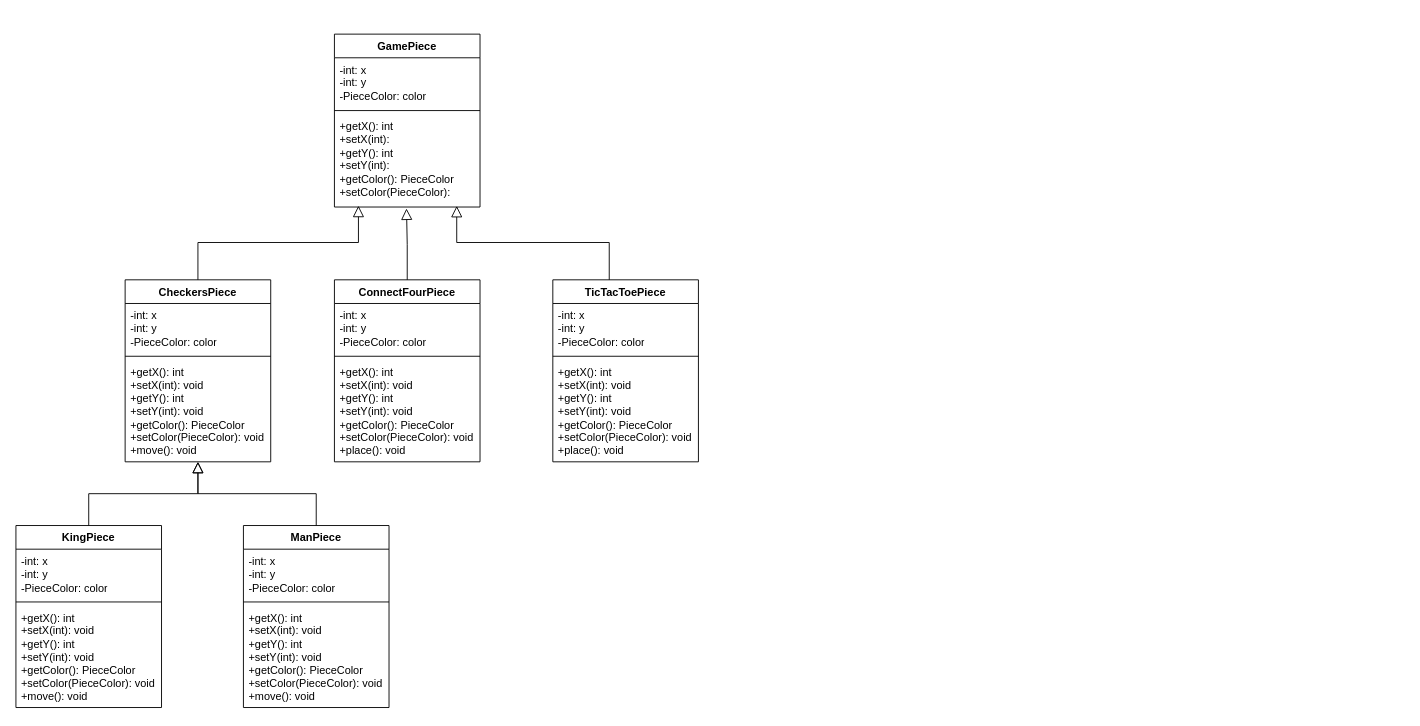
Before: Iteration_1/Backend/StructureDiagrams/Game_piece_structure_diagram.drawio in m-yoon02/Condensation, a draw.io diagram. Source tidied: cells renumbered, new cells numbered last; positions are measured from the earlier drawing's top-left corner, leaving out a move shared by most shapes. Both pictures are drawn from the tidied source at 91%, with x=0, y=0 at pixel (15, 34).
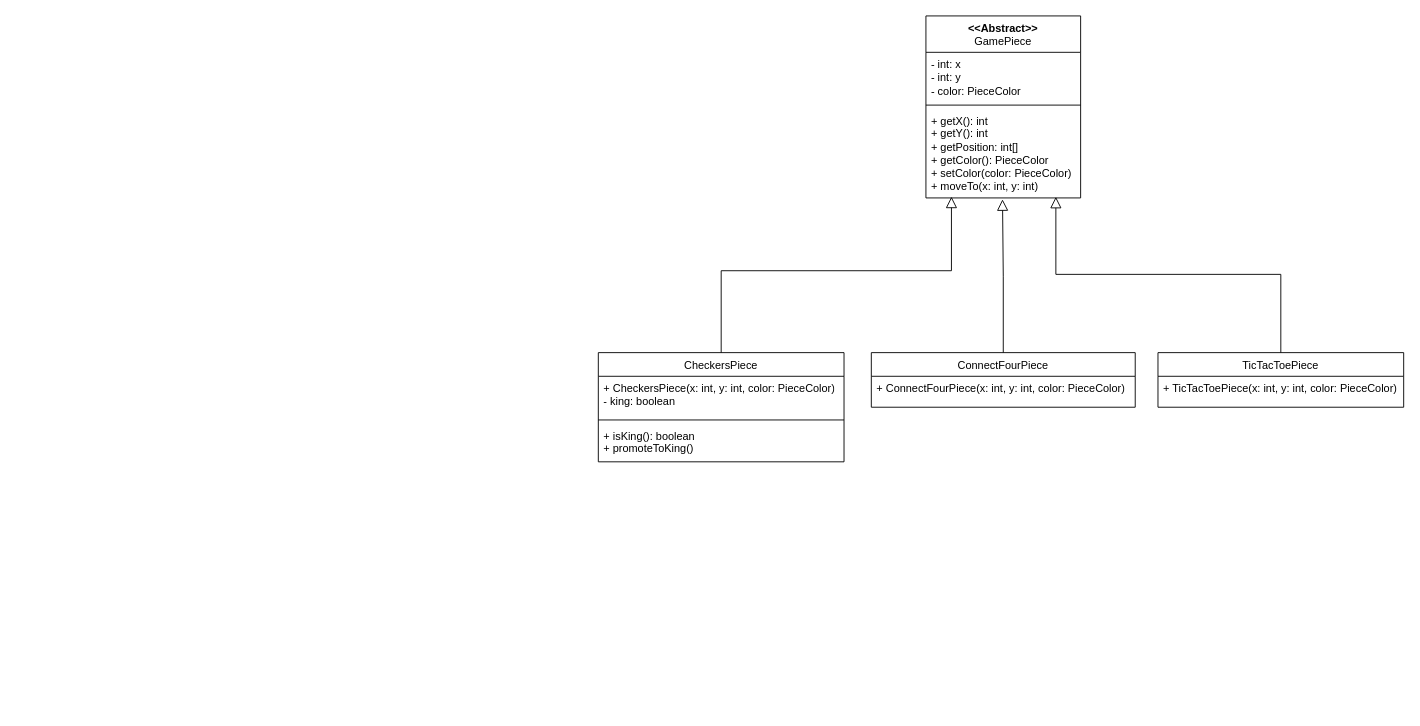
The same diagram, later.

Diff of the diagram source:
```diff
@@
-    <mxCell id="2" value="GamePiece" style="swimlane;fontStyle=1;align=center;verticalAlign=top;horizontal=1;startSize=26;whiteSpace=wrap;html=1;" parent="1" vertex="1">
-      <mxGeometry x="350" width="160" height="190" as="geometry" />
+    <mxCell id="2" value="&amp;lt;&amp;lt;Abstract&amp;gt;&amp;gt;&lt;br&gt;&lt;span style=&quot;font-weight: normal;&quot;&gt;GamePiece&lt;/span&gt;" style="swimlane;fontStyle=1;align=center;verticalAlign=top;horizontal=1;startSize=40;whiteSpace=wrap;html=1;" parent="1" vertex="1">
+      <mxGeometry x="1000" y="-20" width="170" height="200" as="geometry" />
     </mxCell>
-    <mxCell id="3" value="&lt;div&gt;-int: x&lt;/div&gt;&lt;div&gt;-int: y&lt;/div&gt;&lt;div&gt;-PieceColor: color&lt;/div&gt;" style="text;strokeColor=none;fillColor=none;align=left;verticalAlign=top;spacingLeft=4;spacingRight=4;overflow=hidden;whiteSpace=wrap;html=1;" parent="2" vertex="1">
-      <mxGeometry y="26" width="160" height="54" as="geometry" />
+    <mxCell id="3" value="&lt;div&gt;- int: x&lt;/div&gt;&lt;div&gt;- int: y&lt;/div&gt;&lt;div&gt;- color: PieceColor&lt;/div&gt;" style="text;strokeColor=none;fillColor=none;align=left;verticalAlign=top;spacingLeft=4;spacingRight=4;overflow=hidden;whiteSpace=wrap;html=1;" parent="2" vertex="1">
+      <mxGeometry y="40" width="170" height="54" as="geometry" />
     </mxCell>
     <mxCell id="4" style="line;strokeWidth=1;fillColor=none;align=left;verticalAlign=middle;spacingTop=-1;spacingLeft=3;spacingRight=3;labelPosition=right;strokeColor=inherit;" parent="2" vertex="1">
-      <mxGeometry y="80" width="160" height="8" as="geometry" />
+      <mxGeometry y="94" width="170" height="8" as="geometry" />
     </mxCell>
-    <mxCell id="5" value="&lt;span style=&quot;background-color: initial;&quot;&gt;+getX(): int&lt;/span&gt;&lt;div&gt;+setX(int):&lt;/div&gt;&lt;div&gt;+getY(): int&lt;/div&gt;&lt;div&gt;+setY(int):&lt;/div&gt;&lt;div&gt;+getColor(): PieceColor&lt;/div&gt;&lt;div&gt;+setColor(PieceColor):&lt;/div&gt;&lt;div&gt;&lt;br&gt;&lt;/div&gt;" style="text;strokeColor=none;fillColor=none;align=left;verticalAlign=top;spacingLeft=4;spacingRight=4;overflow=hidden;points=[[0,0.5],[1,0.5]];portConstraint=eastwest;whiteSpace=wrap;html=1;" parent="2" vertex="1">
-      <mxGeometry y="88" width="160" height="102" as="geometry" />
+    <mxCell id="5" value="&lt;span style=&quot;background-color: initial;&quot;&gt;+ getX(): int&lt;/span&gt;&lt;div&gt;&lt;span style=&quot;background-color: initial;&quot;&gt;+ getY(): int&lt;/span&gt;&lt;br&gt;&lt;/div&gt;&lt;div&gt;&lt;span style=&quot;background-color: initial;&quot;&gt;+ getPosition: int[]&lt;/span&gt;&lt;/div&gt;&lt;div&gt;&lt;span style=&quot;background-color: initial;&quot;&gt;+ getColor(): PieceColor&lt;/span&gt;&lt;br&gt;&lt;/div&gt;&lt;div&gt;+ setColor(color: PieceColor)&lt;/div&gt;&lt;div&gt;+ moveTo(x: int, y: int)&lt;/div&gt;&lt;div&gt;&lt;br&gt;&lt;/div&gt;" style="text;strokeColor=none;fillColor=none;align=left;verticalAlign=top;spacingLeft=4;spacingRight=4;overflow=hidden;points=[[0,0.5],[1,0.5]];portConstraint=eastwest;whiteSpace=wrap;html=1;" parent="2" vertex="1">
+      <mxGeometry y="102" width="170" height="98" as="geometry" />
     </mxCell>
-    <mxCell id="6" value="CheckersPiece" style="swimlane;fontStyle=1;align=center;verticalAlign=top;horizontal=1;startSize=26;whiteSpace=wrap;html=1;" parent="1" vertex="1">
-      <mxGeometry x="120" y="270" width="160" height="200" as="geometry" />
+    <mxCell id="6" value="&lt;span style=&quot;font-weight: normal;&quot;&gt;CheckersPiece&lt;/span&gt;" style="swimlane;fontStyle=1;align=center;verticalAlign=top;horizontal=1;startSize=26;whiteSpace=wrap;html=1;" parent="1" vertex="1">
+      <mxGeometry x="640" y="350" width="270" height="120" as="geometry" />
     </mxCell>
-    <mxCell id="7" value="&lt;div&gt;-int: x&lt;/div&gt;&lt;div&gt;-int: y&lt;/div&gt;&lt;div&gt;-PieceColor: color&lt;/div&gt;" style="text;strokeColor=none;fillColor=none;align=left;verticalAlign=top;spacingLeft=4;spacingRight=4;overflow=hidden;whiteSpace=wrap;html=1;" parent="6" vertex="1">
-      <mxGeometry y="26" width="160" height="54" as="geometry" />
+    <mxCell id="7" value="+ CheckersPiece(x: int, y: int, color: PieceColor)&lt;br&gt;- king: boolean" style="text;strokeColor=none;fillColor=none;align=left;verticalAlign=top;spacingLeft=4;spacingRight=4;overflow=hidden;whiteSpace=wrap;html=1;" parent="6" vertex="1">
+      <mxGeometry y="26" width="270" height="44" as="geometry" />
     </mxCell>
     <mxCell id="8" style="line;strokeWidth=1;fillColor=none;align=left;verticalAlign=middle;spacingTop=-1;spacingLeft=3;spacingRight=3;labelPosition=right;strokeColor=inherit;" parent="6" vertex="1">
-      <mxGeometry y="80" width="160" height="8" as="geometry" />
+      <mxGeometry y="70" width="270" height="8" as="geometry" />
     </mxCell>
-    <mxCell id="9" value="&lt;div&gt;&lt;div&gt;&lt;div&gt;&lt;div&gt;&lt;span style=&quot;background-color: initial;&quot;&gt;+getX(): int&lt;/span&gt;&lt;div&gt;+setX(int): void&lt;/div&gt;&lt;div&gt;+getY(): int&lt;/div&gt;&lt;div&gt;+setY(int): void&lt;/div&gt;&lt;div&gt;+getColor(): PieceColor&lt;/div&gt;&lt;div&gt;+setColor(PieceColor): void&lt;/div&gt;&lt;div&gt;+move(): void&lt;/div&gt;&lt;/div&gt;&lt;/div&gt;&lt;/div&gt;&lt;/div&gt;" style="text;strokeColor=none;fillColor=none;align=left;verticalAlign=top;spacingLeft=4;spacingRight=4;overflow=hidden;whiteSpace=wrap;html=1;" parent="6" vertex="1">
-      <mxGeometry y="88" width="160" height="112" as="geometry" />
+    <mxCell id="9" value="&lt;div&gt;&lt;div&gt;&lt;div&gt;&lt;div&gt;+ isKing(): boolean&lt;/div&gt;&lt;div&gt;+ promoteToKing()&lt;/div&gt;&lt;/div&gt;&lt;/div&gt;&lt;/div&gt;" style="text;strokeColor=none;fillColor=none;align=left;verticalAlign=top;spacingLeft=4;spacingRight=4;overflow=hidden;whiteSpace=wrap;html=1;" parent="6" vertex="1">
+      <mxGeometry y="78" width="270" height="42" as="geometry" />
     </mxCell>
-    <mxCell id="10" value="ConnectFourPiece" style="swimlane;fontStyle=1;align=center;verticalAlign=top;horizontal=1;startSize=26;whiteSpace=wrap;html=1;" parent="1" vertex="1">
-      <mxGeometry x="350" y="270" width="160" height="200" as="geometry" />
+    <mxCell id="10" value="&lt;span style=&quot;font-weight: normal;&quot;&gt;ConnectFourPiece&lt;/span&gt;" style="swimlane;fontStyle=1;align=center;verticalAlign=top;horizontal=1;startSize=26;whiteSpace=wrap;html=1;" parent="1" vertex="1">
+      <mxGeometry x="940" y="350" width="290" height="60" as="geometry" />
     </mxCell>
-    <mxCell id="11" value="&lt;div&gt;-int: x&lt;/div&gt;&lt;div&gt;-int: y&lt;/div&gt;&lt;div&gt;-PieceColor: color&lt;/div&gt;" style="text;strokeColor=none;fillColor=none;align=left;verticalAlign=top;spacingLeft=4;spacingRight=4;overflow=hidden;whiteSpace=wrap;html=1;" parent="10" vertex="1">
-      <mxGeometry y="26" width="160" height="54" as="geometry" />
-    </mxCell>
-    <mxCell id="12" style="line;strokeWidth=1;fillColor=none;align=left;verticalAlign=middle;spacingTop=-1;spacingLeft=3;spacingRight=3;labelPosition=right;strokeColor=inherit;" parent="10" vertex="1">
-      <mxGeometry y="80" width="160" height="8" as="geometry" />
-    </mxCell>
-    <mxCell id="13" value="&lt;span style=&quot;background-color: initial;&quot;&gt;+getX(): int&lt;/span&gt;&lt;div&gt;+setX(int): void&lt;/div&gt;&lt;div&gt;+getY(): int&lt;/div&gt;&lt;div&gt;+setY(int): void&lt;/div&gt;&lt;div&gt;+getColor(): PieceColor&lt;/div&gt;&lt;div&gt;+setColor(PieceColor): void&lt;/div&gt;&lt;div&gt;+place(): void&lt;/div&gt;" style="text;strokeColor=none;fillColor=none;align=left;verticalAlign=top;spacingLeft=4;spacingRight=4;overflow=hidden;whiteSpace=wrap;html=1;" parent="10" vertex="1">
-      <mxGeometry y="88" width="160" height="112" as="geometry" />
+    <mxCell id="13" value="+ ConnectFourPiece(x: int, y: int, color: PieceColor)" style="text;strokeColor=none;fillColor=none;align=left;verticalAlign=top;spacingLeft=4;spacingRight=4;overflow=hidden;whiteSpace=wrap;html=1;" parent="10" vertex="1">
+      <mxGeometry y="26" width="290" height="34" as="geometry" />
     </mxCell>
-    <mxCell id="14" value="TicTacToePiece" style="swimlane;fontStyle=1;align=center;verticalAlign=top;horizontal=1;startSize=26;whiteSpace=wrap;html=1;" parent="1" vertex="1">
-      <mxGeometry x="590" y="270" width="160" height="200" as="geometry" />
+    <mxCell id="14" value="&lt;span style=&quot;font-weight: normal;&quot;&gt;TicTacToePiece&lt;/span&gt;" style="swimlane;fontStyle=1;align=center;verticalAlign=top;horizontal=1;startSize=26;whiteSpace=wrap;html=1;" parent="1" vertex="1">
+      <mxGeometry x="1255" y="350" width="270" height="60" as="geometry" />
     </mxCell>
-    <mxCell id="15" value="&lt;div&gt;-int: x&lt;/div&gt;&lt;div&gt;-int: y&lt;/div&gt;&lt;div&gt;-PieceColor: color&lt;/div&gt;" style="text;strokeColor=none;fillColor=none;align=left;verticalAlign=top;spacingLeft=4;spacingRight=4;overflow=hidden;whiteSpace=wrap;html=1;" parent="14" vertex="1">
-      <mxGeometry y="26" width="160" height="54" as="geometry" />
-    </mxCell>
-    <mxCell id="16" style="line;strokeWidth=1;fillColor=none;align=left;verticalAlign=middle;spacingTop=-1;spacingLeft=3;spacingRight=3;labelPosition=right;strokeColor=inherit;" parent="14" vertex="1">
-      <mxGeometry y="80" width="160" height="8" as="geometry" />
-    </mxCell>
-    <mxCell id="17" value="&lt;div&gt;&lt;div&gt;&lt;div&gt;&lt;div&gt;&lt;span style=&quot;background-color: initial;&quot;&gt;+getX(): int&lt;/span&gt;&lt;div&gt;+setX(int): void&lt;/div&gt;&lt;div&gt;+getY(): int&lt;/div&gt;&lt;div&gt;+setY(int): void&lt;/div&gt;&lt;div&gt;+getColor(): PieceColor&lt;/div&gt;&lt;div&gt;+setColor(PieceColor): void&lt;/div&gt;&lt;div&gt;+place(): void&lt;/div&gt;&lt;/div&gt;&lt;/div&gt;&lt;/div&gt;&lt;/div&gt;" style="text;strokeColor=none;fillColor=none;align=left;verticalAlign=top;spacingLeft=4;spacingRight=4;overflow=hidden;whiteSpace=wrap;html=1;" parent="14" vertex="1">
-      <mxGeometry y="88" width="160" height="112" as="geometry" />
+    <mxCell id="17" value="+ TicTacToePiece(x: int, y: int, color: PieceColor)" style="text;strokeColor=none;fillColor=none;align=left;verticalAlign=top;spacingLeft=4;spacingRight=4;overflow=hidden;whiteSpace=wrap;html=1;" parent="14" vertex="1">
+      <mxGeometry y="26" width="270" height="34" as="geometry" />
     </mxCell>
@@
-    <mxCell id="19" style="endArrow=block;endSize=10;endFill=0;shadow=0;strokeWidth=1;rounded=0;curved=0;edgeStyle=elbowEdgeStyle;elbow=vertical;entryX=0.84;entryY=0.988;entryDx=0;entryDy=0;entryPerimeter=0;" parent="1" edge="1" target="5">
-      <mxGeometry relative="1" as="geometry">
-        <mxPoint x="652" y="270" as="sourcePoint" />
-      </mxGeometry>
+    <mxCell id="19" style="endArrow=block;endSize=10;endFill=0;shadow=0;strokeWidth=1;rounded=0;curved=0;edgeStyle=elbowEdgeStyle;elbow=vertical;entryX=0.84;entryY=0.988;entryDx=0;entryDy=0;entryPerimeter=0;exitX=0.5;exitY=0;exitDx=0;exitDy=0;" parent="1" edge="1" source="14" target="5">
+      <mxGeometry relative="1" as="geometry" />
     </mxCell>
     <mxCell id="20" style="endArrow=block;endSize=10;endFill=0;shadow=0;strokeWidth=1;rounded=0;curved=0;edgeStyle=elbowEdgeStyle;elbow=vertical;exitX=0.5;exitY=0;exitDx=0;exitDy=0;entryX=0.165;entryY=0.986;entryDx=0;entryDy=0;entryPerimeter=0;" parent="1" edge="1" source="6" target="5">
-      <mxGeometry relative="1" as="geometry" />
+      <mxGeometry relative="1" as="geometry">
+        <Array as="points">
+          <mxPoint x="900" y="260" />
+        </Array>
+      </mxGeometry>
     </mxCell>
-    <mxCell id="21" value="KingPiece" style="swimlane;fontStyle=1;align=center;verticalAlign=top;horizontal=1;startSize=26;whiteSpace=wrap;html=1;" parent="1" vertex="1">
-      <mxGeometry y="540" width="160" height="200" as="geometry" />
-    </mxCell>
-    <mxCell id="22" value="-int: x&lt;br&gt;&lt;div&gt;-int: y&lt;/div&gt;&lt;div&gt;-PieceColor: color&lt;/div&gt;" style="text;strokeColor=none;fillColor=none;align=left;verticalAlign=top;spacingLeft=4;spacingRight=4;overflow=hidden;whiteSpace=wrap;html=1;" parent="21" vertex="1">
-      <mxGeometry y="26" width="160" height="54" as="geometry" />
-    </mxCell>
-    <mxCell id="23" style="line;strokeWidth=1;fillColor=none;align=left;verticalAlign=middle;spacingTop=-1;spacingLeft=3;spacingRight=3;labelPosition=right;strokeColor=inherit;" parent="21" vertex="1">
-      <mxGeometry y="80" width="160" height="8" as="geometry" />
-    </mxCell>
-    <mxCell id="24" value="&lt;div&gt;&lt;div&gt;&lt;div&gt;&lt;div&gt;&lt;span style=&quot;background-color: initial;&quot;&gt;+getX(): int&lt;/span&gt;&lt;div&gt;+setX(int): void&lt;/div&gt;&lt;div&gt;+getY(): int&lt;/div&gt;&lt;div&gt;+setY(int): void&lt;/div&gt;&lt;div&gt;+getColor(): PieceColor&lt;/div&gt;&lt;div&gt;+setColor(PieceColor): void&lt;/div&gt;&lt;div&gt;+move(): void&lt;/div&gt;&lt;/div&gt;&lt;/div&gt;&lt;/div&gt;&lt;/div&gt;" style="text;strokeColor=none;fillColor=none;align=left;verticalAlign=top;spacingLeft=4;spacingRight=4;overflow=hidden;whiteSpace=wrap;html=1;" parent="21" vertex="1">
-      <mxGeometry y="88" width="160" height="112" as="geometry" />
-    </mxCell>
-    <mxCell id="25" value="ManPiece" style="swimlane;fontStyle=1;align=center;verticalAlign=top;horizontal=1;startSize=26;whiteSpace=wrap;html=1;" parent="1" vertex="1">
-      <mxGeometry x="250" y="540" width="160" height="200" as="geometry" />
-    </mxCell>
-    <mxCell id="26" value="-int: x&lt;br&gt;&lt;div&gt;-int: y&lt;/div&gt;&lt;div&gt;-PieceColor: color&lt;/div&gt;" style="text;strokeColor=none;fillColor=none;align=left;verticalAlign=top;spacingLeft=4;spacingRight=4;overflow=hidden;whiteSpace=wrap;html=1;" parent="25" vertex="1">
-      <mxGeometry y="26" width="160" height="54" as="geometry" />
-    </mxCell>
-    <mxCell id="27" style="line;strokeWidth=1;fillColor=none;align=left;verticalAlign=middle;spacingTop=-1;spacingLeft=3;spacingRight=3;labelPosition=right;strokeColor=inherit;" parent="25" vertex="1">
-      <mxGeometry y="80" width="160" height="8" as="geometry" />
-    </mxCell>
-    <mxCell id="28" value="&lt;div&gt;&lt;div&gt;&lt;div&gt;&lt;div&gt;&lt;span style=&quot;background-color: initial;&quot;&gt;+getX(): int&lt;/span&gt;&lt;div&gt;+setX(int): void&lt;/div&gt;&lt;div&gt;+getY(): int&lt;/div&gt;&lt;div&gt;+setY(int): void&lt;/div&gt;&lt;div&gt;+getColor(): PieceColor&lt;/div&gt;&lt;div&gt;+setColor(PieceColor): void&lt;/div&gt;&lt;div&gt;+move(): void&lt;/div&gt;&lt;/div&gt;&lt;/div&gt;&lt;/div&gt;&lt;/div&gt;" style="text;strokeColor=none;fillColor=none;align=left;verticalAlign=top;spacingLeft=4;spacingRight=4;overflow=hidden;whiteSpace=wrap;html=1;" parent="25" vertex="1">
-      <mxGeometry y="88" width="160" height="112" as="geometry" />
-    </mxCell>
-    <mxCell id="29" style="endArrow=block;endSize=10;endFill=0;shadow=0;strokeWidth=1;rounded=0;curved=0;edgeStyle=elbowEdgeStyle;elbow=vertical;exitX=0.5;exitY=0;exitDx=0;exitDy=0;entryX=0.5;entryY=1;entryDx=0;entryDy=0;" parent="1" edge="1" source="21" target="6">
-      <mxGeometry relative="1" as="geometry" />
-    </mxCell>
-    <mxCell id="30" style="endArrow=block;endSize=10;endFill=0;shadow=0;strokeWidth=1;rounded=0;curved=0;edgeStyle=elbowEdgeStyle;elbow=vertical;exitX=0.5;exitY=0;exitDx=0;exitDy=0;entryX=0.5;entryY=1;entryDx=0;entryDy=0;" parent="1" edge="1" source="25" target="6">
-      <mxGeometry relative="1" as="geometry" />
-    </mxCell>
```
